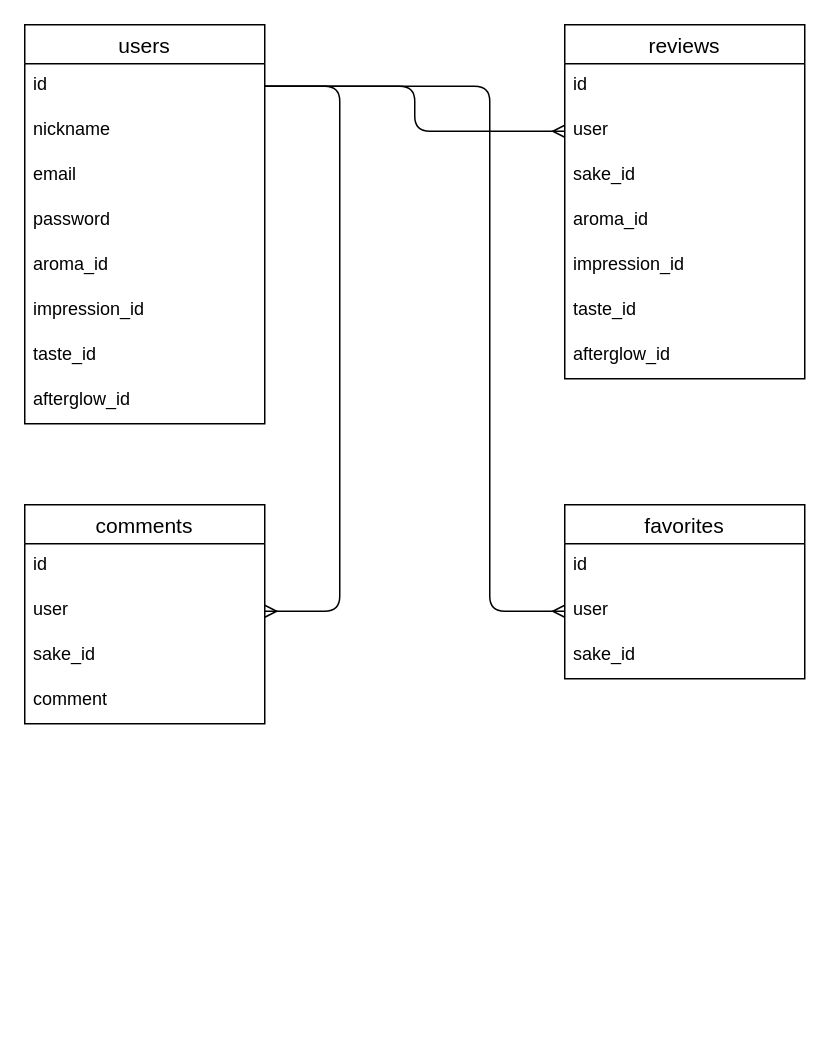
This is nonbay.dio from shun-p0430/nonbay, a draw.io file, before an edit. Source tidied: cells renumbered, new cells numbered last; positions are measured from the earlier drawing's top-left corner, leaving out a move shared by most shapes. Both pictures are drawn from the tidied source at 150%, with x=0, y=0 at pixel (24, 24).
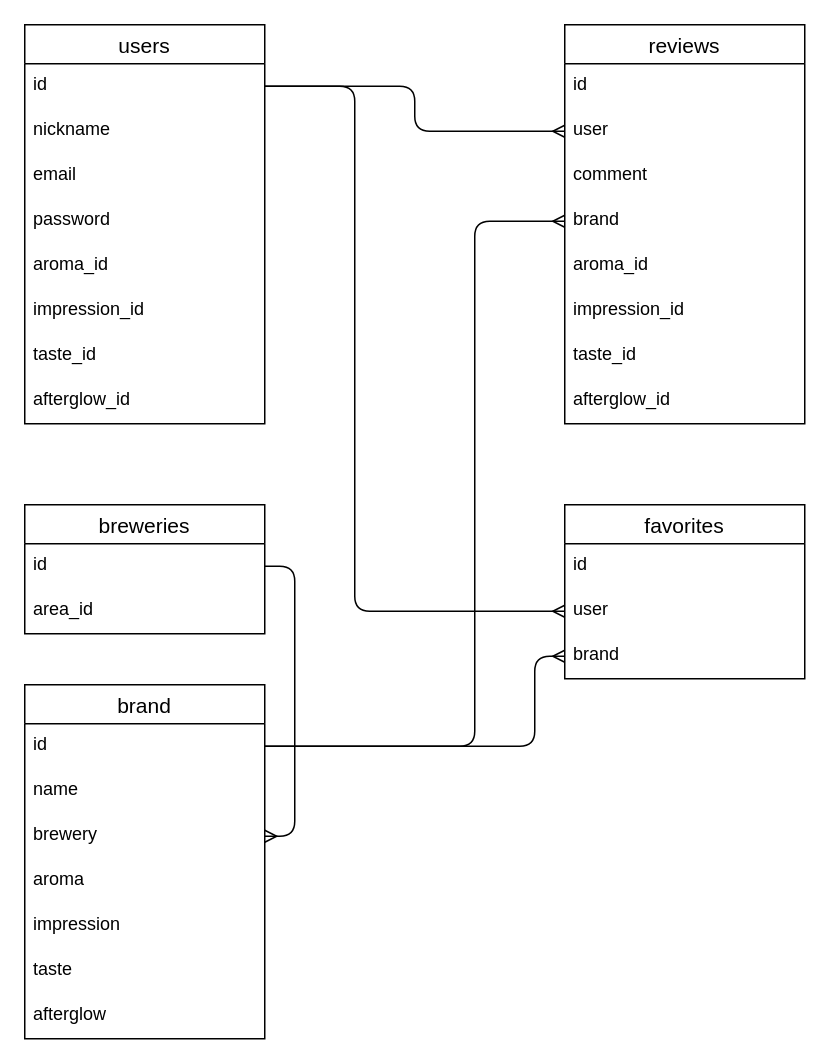
Above is the later version.

The change refers to these unchanged cells:
```xml
<mxCell id="3" value="id" style="text;strokeColor=none;fillColor=none;spacingLeft=4;spacingRight=4;overflow=hidden;points=[[0,0.5],[1,0.5]];portConstraint=eastwest;fontSize=12;" parent="2" vertex="1">
  <mxGeometry y="26" width="160" height="30" as="geometry" />
</mxCell>
<mxCell id="21" value="id" style="text;strokeColor=none;fillColor=none;spacingLeft=4;spacingRight=4;overflow=hidden;points=[[0,0.5],[1,0.5]];portConstraint=eastwest;fontSize=12;" parent="20" vertex="1">
  <mxGeometry y="26" width="160" height="30" as="geometry" />
</mxCell>
<mxCell id="26" value="favorites" style="swimlane;fontStyle=0;horizontal=1;startSize=26;align=center;fontSize=14;" parent="1" vertex="1">
  <mxGeometry x="360" y="320" width="160" height="116" as="geometry" />
</mxCell>
<mxCell id="28" value="user" style="text;strokeColor=none;fillColor=none;spacingLeft=4;spacingRight=4;overflow=hidden;points=[[0,0.5],[1,0.5]];portConstraint=eastwest;fontSize=12;" parent="26" vertex="1">
  <mxGeometry y="56" width="160" height="30" as="geometry" />
</mxCell>
```

The edit, as a diff of the source:
```diff
@@
     <mxCell id="11" value="reviews" style="swimlane;fontStyle=0;horizontal=1;startSize=26;align=center;fontSize=14;" parent="1" vertex="1">
-      <mxGeometry x="360" width="160" height="236" as="geometry" />
+      <mxGeometry x="360" width="160" height="266" as="geometry" />
     </mxCell>
@@
-    <mxCell id="14" value="sake_id" style="text;strokeColor=none;fillColor=none;spacingLeft=4;spacingRight=4;overflow=hidden;fontSize=12;" parent="11" vertex="1">
+    <mxCell id="14" value="comment" style="text;strokeColor=none;fillColor=none;spacingLeft=4;spacingRight=4;overflow=hidden;fontSize=12;" parent="11" vertex="1">
       <mxGeometry y="86" width="160" height="30" as="geometry" />
     </mxCell>
+    <mxCell id="31" value="brand" style="text;strokeColor=none;fillColor=none;spacingLeft=4;spacingRight=4;overflow=hidden;points=[[0,0.5],[1,0.5]];portConstraint=eastwest;fontSize=12;" parent="11" vertex="1">
+      <mxGeometry y="116" width="160" height="30" as="geometry" />
+    </mxCell>
     <mxCell id="15" value="aroma_id" style="text;strokeColor=none;fillColor=none;spacingLeft=4;spacingRight=4;overflow=hidden;fontSize=12;" parent="11" vertex="1">
-      <mxGeometry y="116" width="160" height="30" as="geometry" />
+      <mxGeometry y="146" width="160" height="30" as="geometry" />
     </mxCell>
     <mxCell id="16" value="impression_id" style="text;strokeColor=none;fillColor=none;spacingLeft=4;spacingRight=4;overflow=hidden;fontSize=12;" parent="11" vertex="1">
-      <mxGeometry y="146" width="160" height="30" as="geometry" />
+      <mxGeometry y="176" width="160" height="30" as="geometry" />
     </mxCell>
     <mxCell id="17" value="taste_id" style="text;strokeColor=none;fillColor=none;spacingLeft=4;spacingRight=4;overflow=hidden;fontSize=12;" parent="11" vertex="1">
-      <mxGeometry y="176" width="160" height="30" as="geometry" />
+      <mxGeometry y="206" width="160" height="30" as="geometry" />
     </mxCell>
     <mxCell id="18" value="afterglow_id" style="text;strokeColor=none;fillColor=none;spacingLeft=4;spacingRight=4;overflow=hidden;fontSize=12;" parent="11" vertex="1">
-      <mxGeometry y="206" width="160" height="30" as="geometry" />
+      <mxGeometry y="236" width="160" height="30" as="geometry" />
     </mxCell>
@@
-    <mxCell id="20" value="comments" style="swimlane;fontStyle=0;horizontal=1;startSize=26;align=center;fontSize=14;" parent="1" vertex="1">
-      <mxGeometry y="320" width="160" height="146" as="geometry" />
+    <mxCell id="20" value="breweries" style="swimlane;fontStyle=0;horizontal=1;startSize=26;align=center;fontSize=14;" parent="1" vertex="1">
+      <mxGeometry y="320" width="160" height="86" as="geometry" />
     </mxCell>
@@
-    <mxCell id="22" value="user" style="text;strokeColor=none;fillColor=none;spacingLeft=4;spacingRight=4;overflow=hidden;points=[[0,0.5],[1,0.5]];portConstraint=eastwest;fontSize=12;" parent="20" vertex="1">
+    <mxCell id="22" value="area_id" style="text;strokeColor=none;fillColor=none;spacingLeft=4;spacingRight=4;overflow=hidden;points=[[0,0.5],[1,0.5]];portConstraint=eastwest;fontSize=12;" parent="20" vertex="1">
       <mxGeometry y="56" width="160" height="30" as="geometry" />
     </mxCell>
-    <mxCell id="23" value="sake_id" style="text;strokeColor=none;fillColor=none;spacingLeft=4;spacingRight=4;overflow=hidden;fontSize=12;" parent="20" vertex="1">
-      <mxGeometry y="86" width="160" height="30" as="geometry" />
-    </mxCell>
-    <mxCell id="24" value="comment" style="text;strokeColor=none;fillColor=none;spacingLeft=4;spacingRight=4;overflow=hidden;fontSize=12;" parent="20" vertex="1">
-      <mxGeometry y="116" width="160" height="30" as="geometry" />
-    </mxCell>
-    <mxCell id="25" style="edgeStyle=orthogonalEdgeStyle;html=1;exitX=1;exitY=0.5;exitDx=0;exitDy=0;entryX=1;entryY=0.5;entryDx=0;entryDy=0;endArrow=ERmany;endFill=0;" parent="1" edge="1" source="3" target="22">
-      <mxGeometry relative="1" as="geometry">
-        <Array as="points">
-          <mxPoint x="210" y="41" />
-          <mxPoint x="210" y="391" />
-        </Array>
-      </mxGeometry>
-    </mxCell>
@@
-    <mxCell id="29" value="sake_id" style="text;strokeColor=none;fillColor=none;spacingLeft=4;spacingRight=4;overflow=hidden;points=[[0,0.5],[1,0.5]];portConstraint=eastwest;fontSize=12;" parent="26" vertex="1">
+    <mxCell id="29" value="brand" style="text;strokeColor=none;fillColor=none;spacingLeft=4;spacingRight=4;overflow=hidden;points=[[0,0.5],[1,0.5]];portConstraint=eastwest;fontSize=12;" parent="26" vertex="1">
       <mxGeometry y="86" width="160" height="30" as="geometry" />
     </mxCell>
+    <mxCell id="32" value="brand" style="swimlane;fontStyle=0;horizontal=1;startSize=26;align=center;fontSize=14;" parent="1" vertex="1">
+      <mxGeometry y="440" width="160" height="236" as="geometry" />
+    </mxCell>
+    <mxCell id="33" value="id" style="text;strokeColor=none;fillColor=none;spacingLeft=4;spacingRight=4;overflow=hidden;points=[[0,0.5],[1,0.5]];portConstraint=eastwest;fontSize=12;" parent="32" vertex="1">
+      <mxGeometry y="26" width="160" height="30" as="geometry" />
+    </mxCell>
+    <mxCell id="34" value="name" style="text;strokeColor=none;fillColor=none;spacingLeft=4;spacingRight=4;overflow=hidden;fontSize=12;" parent="32" vertex="1">
+      <mxGeometry y="56" width="160" height="30" as="geometry" />
+    </mxCell>
+    <mxCell id="35" value="brewery" style="text;strokeColor=none;fillColor=none;spacingLeft=4;spacingRight=4;overflow=hidden;points=[[0,0.5],[1,0.5]];portConstraint=eastwest;fontSize=12;" parent="32" vertex="1">
+      <mxGeometry y="86" width="160" height="30" as="geometry" />
+    </mxCell>
+    <mxCell id="36" value="aroma" style="text;strokeColor=none;fillColor=none;spacingLeft=4;spacingRight=4;overflow=hidden;fontSize=12;" parent="32" vertex="1">
+      <mxGeometry y="116" width="160" height="30" as="geometry" />
+    </mxCell>
+    <mxCell id="37" value="impression" style="text;strokeColor=none;fillColor=none;spacingLeft=4;spacingRight=4;overflow=hidden;fontSize=12;" parent="32" vertex="1">
+      <mxGeometry y="146" width="160" height="30" as="geometry" />
+    </mxCell>
+    <mxCell id="38" value="taste" style="text;strokeColor=none;fillColor=none;spacingLeft=4;spacingRight=4;overflow=hidden;fontSize=12;" parent="32" vertex="1">
+      <mxGeometry y="176" width="160" height="30" as="geometry" />
+    </mxCell>
+    <mxCell id="39" value="afterglow" style="text;strokeColor=none;fillColor=none;spacingLeft=4;spacingRight=4;overflow=hidden;fontSize=12;" parent="32" vertex="1">
+      <mxGeometry y="206" width="160" height="30" as="geometry" />
+    </mxCell>
+    <mxCell id="40" style="edgeStyle=orthogonalEdgeStyle;html=1;exitX=1;exitY=0.5;exitDx=0;exitDy=0;entryX=1;entryY=0.5;entryDx=0;entryDy=0;endArrow=ERmany;endFill=0;" parent="1" edge="1" source="21" target="35">
+      <mxGeometry relative="1" as="geometry">
+        <Array as="points">
+          <mxPoint x="180" y="361" />
+          <mxPoint x="180" y="541" />
+        </Array>
+      </mxGeometry>
+    </mxCell>
+    <mxCell id="41" style="edgeStyle=orthogonalEdgeStyle;html=1;exitX=1;exitY=0.5;exitDx=0;exitDy=0;entryX=0;entryY=0.5;entryDx=0;entryDy=0;endArrow=ERmany;endFill=0;" parent="1" edge="1" source="33" target="31">
+      <mxGeometry relative="1" as="geometry">
+        <Array as="points">
+          <mxPoint x="300" y="481" />
+          <mxPoint x="300" y="131" />
+        </Array>
+      </mxGeometry>
+    </mxCell>
     <mxCell id="30" style="edgeStyle=orthogonalEdgeStyle;html=1;exitX=1;exitY=0.5;exitDx=0;exitDy=0;entryX=0;entryY=0.5;entryDx=0;entryDy=0;endArrow=ERmany;endFill=0;" parent="1" edge="1" source="3" target="28">
       <mxGeometry relative="1" as="geometry">
         <Array as="points">
-          <mxPoint x="310" y="41" />
-          <mxPoint x="310" y="391" />
+          <mxPoint x="220" y="41" />
+          <mxPoint x="220" y="391" />
         </Array>
       </mxGeometry>
     </mxCell>
+    <mxCell id="42" style="edgeStyle=orthogonalEdgeStyle;html=1;exitX=1;exitY=0.5;exitDx=0;exitDy=0;entryX=0;entryY=0.5;entryDx=0;entryDy=0;endArrow=ERmany;endFill=0;" parent="1" edge="1" source="33" target="29">
+      <mxGeometry relative="1" as="geometry">
+        <Array as="points">
+          <mxPoint x="340" y="481" />
+          <mxPoint x="340" y="421" />
+        </Array>
+      </mxGeometry>
+    </mxCell>
```
